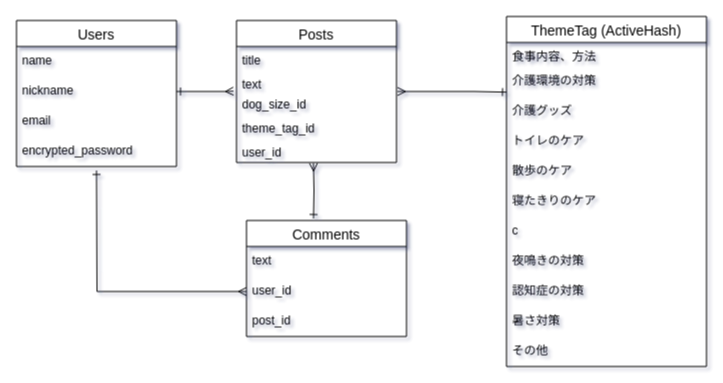
Before: ER.dio in Amanatsu90/pet_care, a draw.io diagram. Source tidied: cells renumbered, new cells numbered last; positions are measured from the earlier drawing's top-left corner, leaving out a move shared by most shapes. Both pictures are drawn from the tidied source at 100%, with x=0, y=0 at pixel (16, 16).
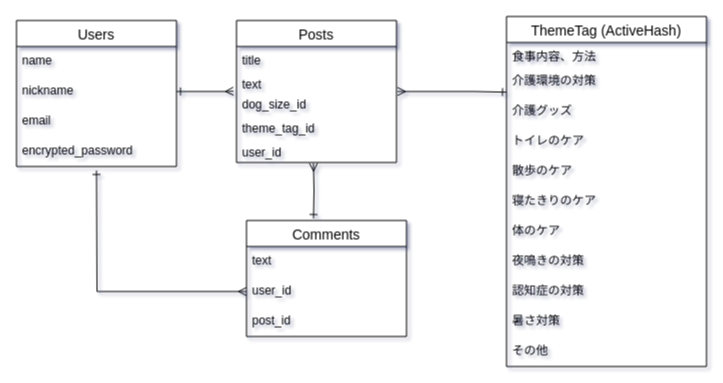
The same page after the edit.

The change refers to these unchanged cells:
```xml
<mxCell id="20" value="ThemeTag (ActiveHash)" style="swimlane;fontStyle=0;horizontal=1;startSize=26;align=center;fontSize=14;" parent="1" vertex="1">
  <mxGeometry x="490" width="200" height="350" as="geometry" />
</mxCell>
```

Change to the diagram source:
```diff
@@
-    <mxCell id="27" value="c" style="text;strokeColor=none;fillColor=none;spacingLeft=4;spacingRight=4;overflow=hidden;fontSize=12;" parent="20" vertex="1">
+    <mxCell id="27" value="体のケア" style="text;strokeColor=none;fillColor=none;spacingLeft=4;spacingRight=4;overflow=hidden;fontSize=12;" parent="20" vertex="1">
       <mxGeometry y="200" width="200" height="30" as="geometry" />
     </mxCell>
```
